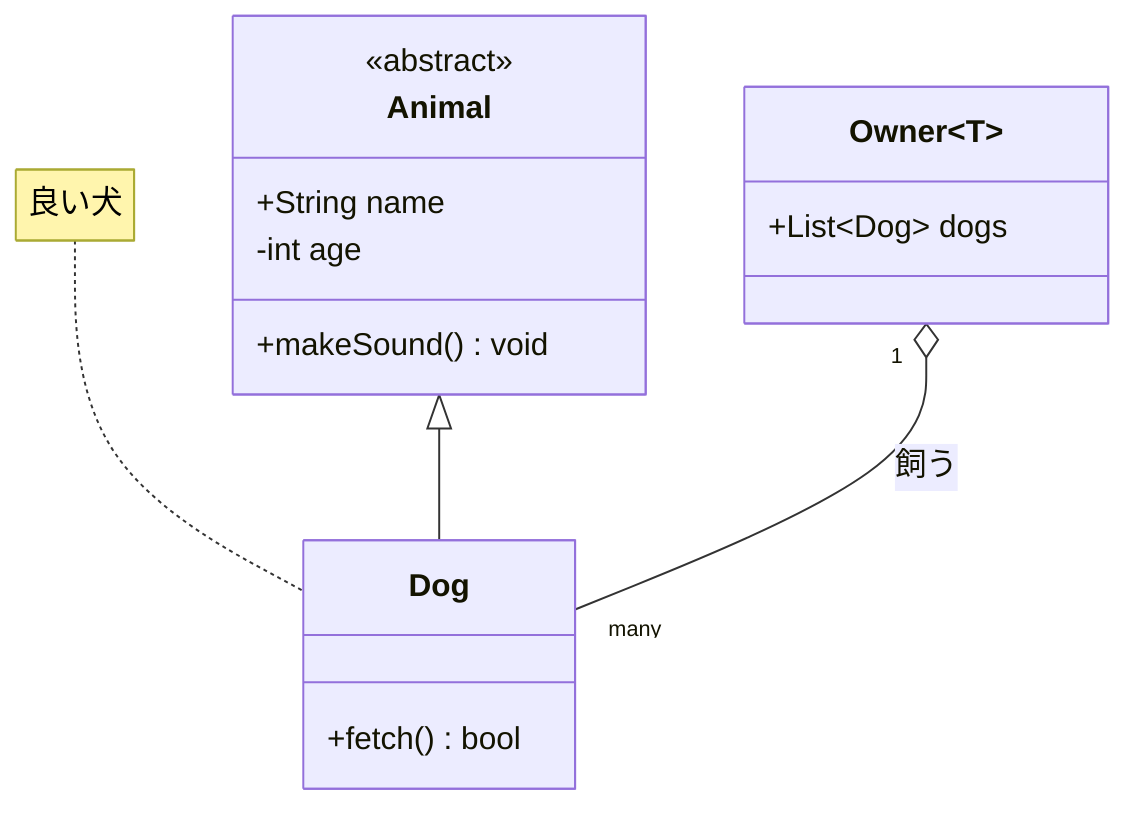
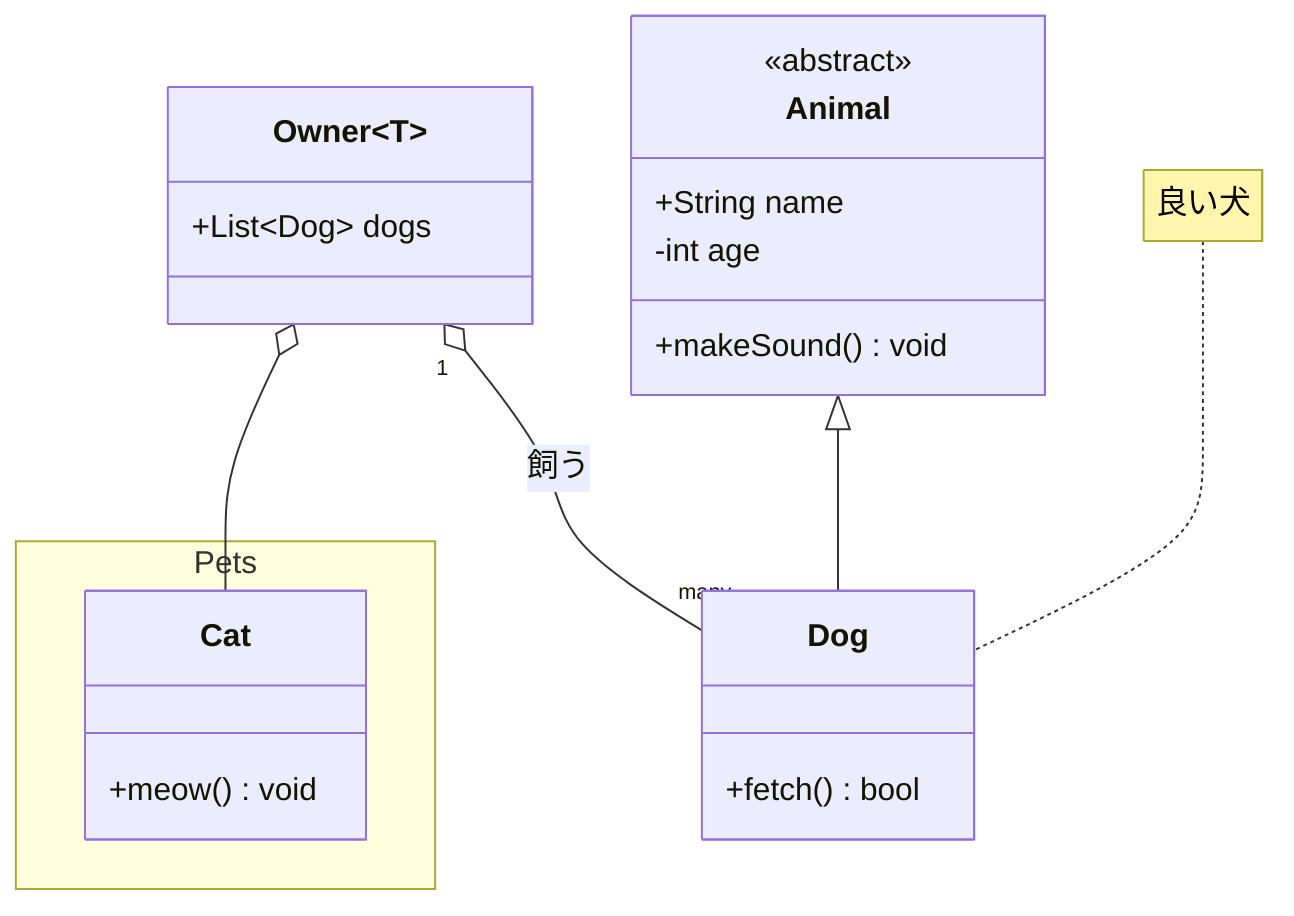
classDiagram
  class Animal {
    <<abstract>>
    +String name
    -int age
    +makeSound() void
  }
  class Dog {
    +fetch() bool
  }
  class Owner~T~ {
    +List~Dog~ dogs
  }
  Animal <|-- Dog
  Owner "1" o-- "many" Dog : 飼う
  note for Dog "良い犬"
+   namespace Pets {
+     class Cat {
+       +meow() void
+     }
+   }
+   Owner~T~ o-- Cat
